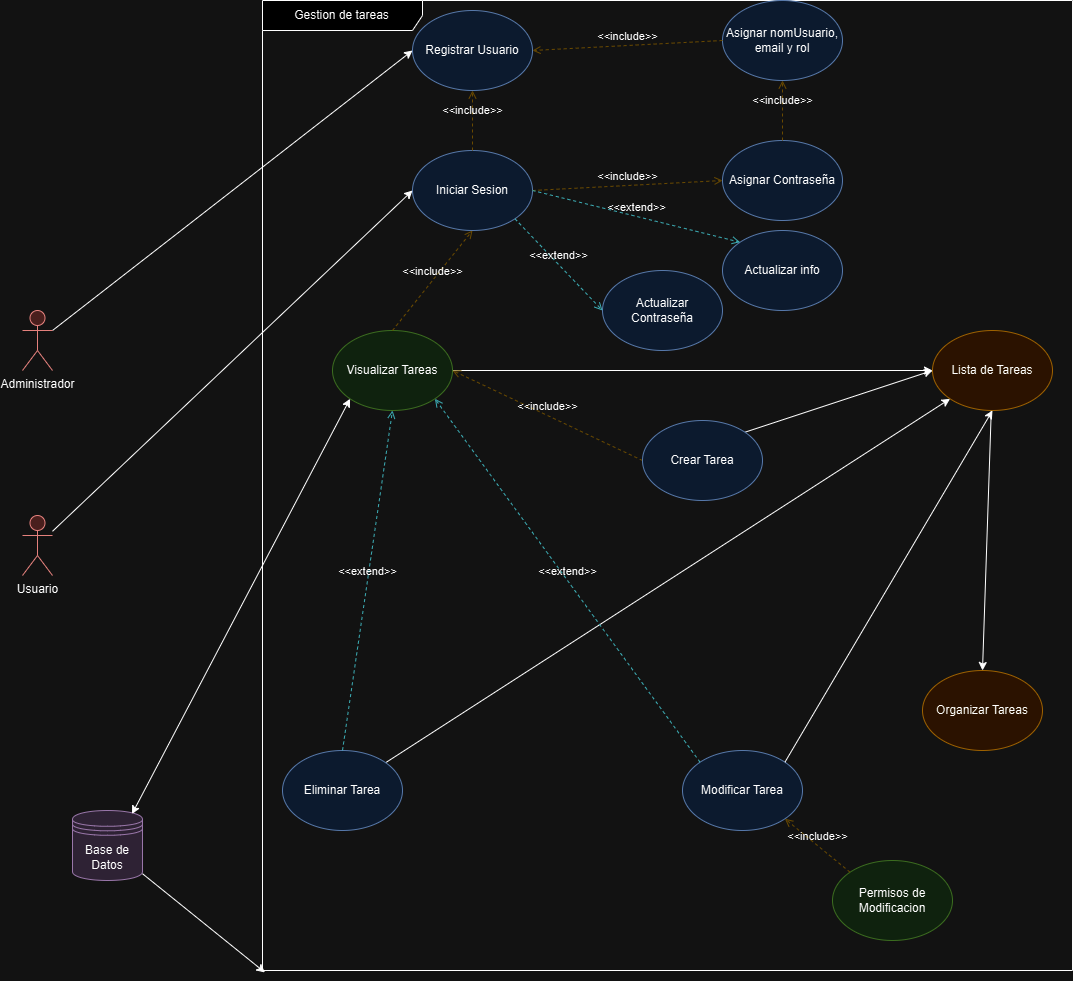
Oscarsl10/proyecto-analisis-sistemas-2024-b-g2 keeps this draw.io diagram as diagramas/diagrama-caso-uso/diagrama-caso-uso.drawio.png. Above is the earlier version. Source tidied: cells renumbered, new cells last; positions are measured from the earlier drawing's top-left corner, leaving out a move shared by most shapes.
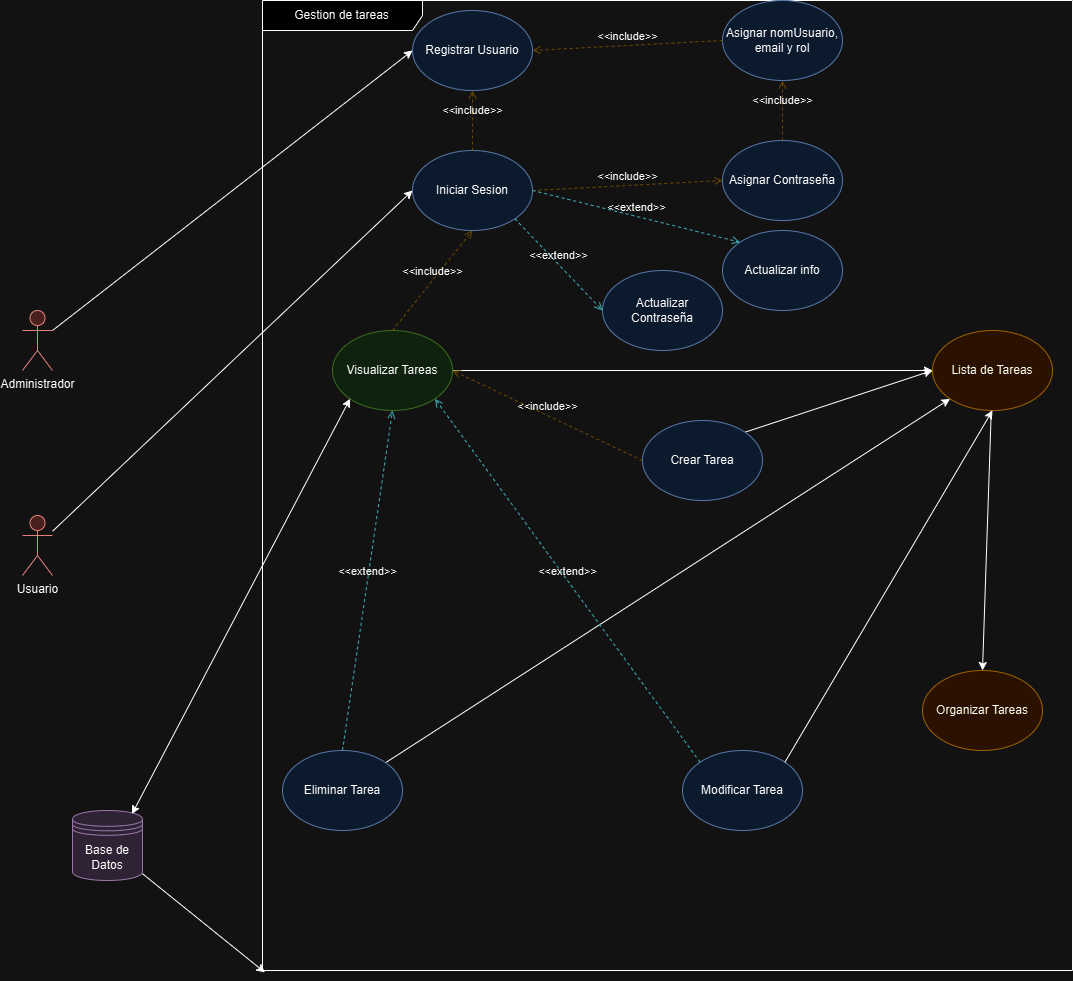
Later version of the same file.

What changed in the source:
```diff
@@ -35,15 +35,9 @@
     <mxCell id="12" value="&amp;lt;&amp;lt;include&amp;gt;&amp;gt;" style="html=1;verticalAlign=bottom;labelBackgroundColor=none;endArrow=open;endFill=0;dashed=1;rounded=0;exitX=0;exitY=0.5;exitDx=0;exitDy=0;entryX=1;entryY=0.5;entryDx=0;entryDy=0;fillColor=#fff2cc;gradientColor=#ffd966;strokeColor=#d6b656;" parent="2" edge="1" source="21" target="11">
       <mxGeometry relative="1" as="geometry" />
     </mxCell>
-    <mxCell id="13" value="Permisos de Modificacion" style="ellipse;whiteSpace=wrap;html=1;fillColor=#d5e8d4;strokeColor=#82b366;" parent="2" vertex="1">
-      <mxGeometry x="570" y="860" width="120" height="80" as="geometry" />
-    </mxCell>
     <mxCell id="14" value="&amp;lt;&amp;lt;include&amp;gt;&amp;gt;" style="html=1;verticalAlign=bottom;labelBackgroundColor=none;endArrow=open;endFill=0;dashed=1;rounded=0;exitX=0.5;exitY=0;exitDx=0;exitDy=0;entryX=0.5;entryY=1;entryDx=0;entryDy=0;fillColor=#fff2cc;gradientColor=#ffd966;strokeColor=#d6b656;" parent="2" edge="1" source="11" target="3">
       <mxGeometry relative="1" as="geometry" />
     </mxCell>
-    <mxCell id="15" value="&amp;lt;&amp;lt;include&amp;gt;&amp;gt;" style="html=1;verticalAlign=bottom;labelBackgroundColor=none;endArrow=open;endFill=0;dashed=1;rounded=0;entryX=1;entryY=1;entryDx=0;entryDy=0;exitX=0;exitY=0;exitDx=0;exitDy=0;fillColor=#fff2cc;gradientColor=#ffd966;strokeColor=#d6b656;" parent="2" edge="1" source="13" target="9">
-      <mxGeometry relative="1" as="geometry" />
-    </mxCell>
     <mxCell id="16" style="rounded=0;jettySize=auto;html=1;entryX=0;entryY=1;entryDx=0;entryDy=0;" parent="2" edge="1" source="17" target="6">
       <mxGeometry relative="1" as="geometry" />
     </mxCell>
```
